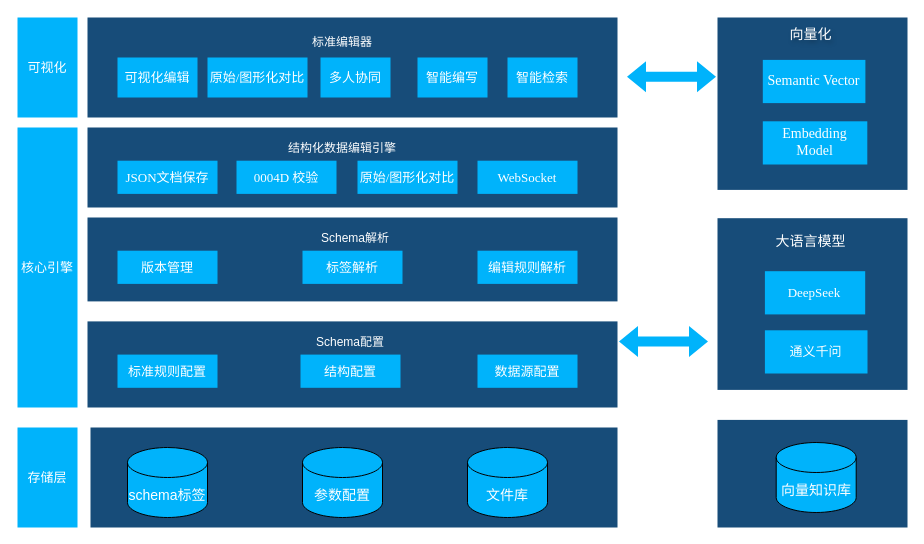
Before: 标准化/编辑器技术架构图.drawio in DemonHan/KuickBuy, a draw.io diagram. Source tidied: cells renumbered, new cells numbered last; positions are measured from the earlier drawing's top-left corner, leaving out a move shared by most shapes. Both pictures are drawn from the tidied source at 100%, with x=0, y=0 at pixel (17, 17).
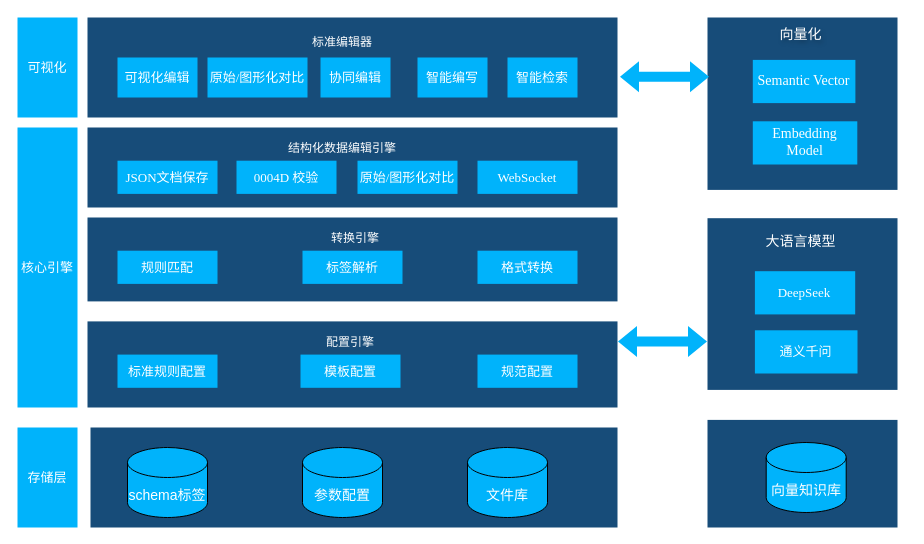
Above is the later version.

Commit message:
更新编辑器技术架构图.drawio

Change to the diagram source:
```diff
@@
-    <mxCell id="7" value="&lt;font color=&quot;#ffffff&quot;&gt;&lt;span style=&quot;font-size: 13px;&quot;&gt;多人协同&lt;/span&gt;&lt;/font&gt;" style="rounded=0;whiteSpace=wrap;html=1;fillColor=light-dark(#00b3fb, #1e4a76);strokeColor=none;fontFamily=Times New Roman;" parent="1" vertex="1">
+    <mxCell id="7" value="&lt;font color=&quot;#ffffff&quot;&gt;&lt;span style=&quot;font-size: 13px;&quot;&gt;协同编辑&lt;/span&gt;&lt;/font&gt;" style="rounded=0;whiteSpace=wrap;html=1;fillColor=light-dark(#00b3fb, #1e4a76);strokeColor=none;fontFamily=Times New Roman;" parent="1" vertex="1">
       <mxGeometry x="303" y="40" width="70" height="40" as="geometry" />
     </mxCell>
@@
-    <mxCell id="16" value="Schema解析" style="text;html=1;align=center;verticalAlign=middle;whiteSpace=wrap;rounded=0;fontColor=light-dark(#ffffff, #ededed);" parent="1" vertex="1">
+    <mxCell id="16" value="转换引擎" style="text;html=1;align=center;verticalAlign=middle;whiteSpace=wrap;rounded=0;fontColor=light-dark(#ffffff, #ededed);" parent="1" vertex="1">
       <mxGeometry x="280" y="208.3" width="116" height="24.9" as="geometry" />
     </mxCell>
-    <mxCell id="17" value="&lt;font color=&quot;#ffffff&quot;&gt;&lt;span style=&quot;font-size: 13px;&quot;&gt;版本管理&lt;/span&gt;&lt;/font&gt;" style="rounded=0;whiteSpace=wrap;html=1;fillColor=light-dark(#00b3fb, #1e4a76);strokeColor=none;fontFamily=Times New Roman;" parent="1" vertex="1">
+    <mxCell id="17" value="&lt;font color=&quot;#ffffff&quot;&gt;&lt;span style=&quot;font-size: 13px;&quot;&gt;规则匹配&lt;/span&gt;&lt;/font&gt;" style="rounded=0;whiteSpace=wrap;html=1;fillColor=light-dark(#00b3fb, #1e4a76);strokeColor=none;fontFamily=Times New Roman;" parent="1" vertex="1">
       <mxGeometry x="100" y="233.2" width="100" height="33.2" as="geometry" />
     </mxCell>
@@
-    <mxCell id="19" value="&lt;font color=&quot;#ffffff&quot;&gt;&lt;span style=&quot;font-size: 13px;&quot;&gt;编辑规则解析&lt;/span&gt;&lt;/font&gt;" style="rounded=0;whiteSpace=wrap;html=1;fillColor=light-dark(#00b3fb, #1e4a76);strokeColor=none;fontFamily=Times New Roman;" parent="1" vertex="1">
+    <mxCell id="19" value="&lt;font color=&quot;#ffffff&quot;&gt;&lt;span style=&quot;font-size: 13px;&quot;&gt;格式转换&lt;/span&gt;&lt;/font&gt;" style="rounded=0;whiteSpace=wrap;html=1;fillColor=light-dark(#00b3fb, #1e4a76);strokeColor=none;fontFamily=Times New Roman;" parent="1" vertex="1">
       <mxGeometry x="460" y="233.2" width="100" height="33.2" as="geometry" />
     </mxCell>
@@
-    <mxCell id="21" value="Schema配置" style="text;html=1;align=center;verticalAlign=middle;whiteSpace=wrap;rounded=0;fontColor=light-dark(#ffffff, #ededed);" parent="1" vertex="1">
+    <mxCell id="21" value="配置引擎" style="text;html=1;align=center;verticalAlign=middle;whiteSpace=wrap;rounded=0;fontColor=light-dark(#ffffff, #ededed);" parent="1" vertex="1">
       <mxGeometry x="275" y="312.2" width="116" height="24.9" as="geometry" />
     </mxCell>
@@
-    <mxCell id="23" value="&lt;font color=&quot;#ffffff&quot;&gt;&lt;span style=&quot;font-size: 13px;&quot;&gt;结构配置&lt;/span&gt;&lt;/font&gt;" style="rounded=0;whiteSpace=wrap;html=1;fillColor=light-dark(#00b3fb, #1e4a76);strokeColor=none;fontFamily=Times New Roman;" parent="1" vertex="1">
+    <mxCell id="23" value="&lt;font color=&quot;#ffffff&quot;&gt;&lt;span style=&quot;font-size: 13px;&quot;&gt;模板配置&lt;/span&gt;&lt;/font&gt;" style="rounded=0;whiteSpace=wrap;html=1;fillColor=light-dark(#00b3fb, #1e4a76);strokeColor=none;fontFamily=Times New Roman;" parent="1" vertex="1">
       <mxGeometry x="283" y="337.1" width="100" height="33.2" as="geometry" />
     </mxCell>
-    <mxCell id="24" value="&lt;font color=&quot;#ffffff&quot;&gt;&lt;span style=&quot;font-size: 13px;&quot;&gt;数据源配置&lt;/span&gt;&lt;/font&gt;" style="rounded=0;whiteSpace=wrap;html=1;fillColor=light-dark(#00b3fb, #1e4a76);strokeColor=none;fontFamily=Times New Roman;" parent="1" vertex="1">
+    <mxCell id="24" value="&lt;font color=&quot;#ffffff&quot;&gt;&lt;span style=&quot;font-size: 13px;&quot;&gt;规范配置&lt;/span&gt;&lt;/font&gt;" style="rounded=0;whiteSpace=wrap;html=1;fillColor=light-dark(#00b3fb, #1e4a76);strokeColor=none;fontFamily=Times New Roman;" parent="1" vertex="1">
       <mxGeometry x="460" y="337.1" width="100" height="33.2" as="geometry" />
     </mxCell>
@@
     <mxCell id="32" style="rounded=0;whiteSpace=wrap;html=1;fillColor=light-dark(#174c79, #6894c8);strokeColor=none;fontFamily=Times New Roman;" parent="1" vertex="1">
-      <mxGeometry x="700" width="190" height="172.4" as="geometry" />
+      <mxGeometry x="690" width="190" height="172.4" as="geometry" />
     </mxCell>
     <mxCell id="33" style="rounded=0;whiteSpace=wrap;html=1;fillColor=light-dark(#174c79, #6894c8);strokeColor=none;fontFamily=Times New Roman;" parent="1" vertex="1">
-      <mxGeometry x="700" y="200.7" width="190" height="171.7" as="geometry" />
+      <mxGeometry x="690" y="200.7" width="190" height="171.7" as="geometry" />
     </mxCell>
     <mxCell id="34" value="&lt;font color=&quot;#ffffff&quot;&gt;&lt;span style=&quot;font-size: 13px;&quot;&gt;DeepSeek&lt;/span&gt;&lt;/font&gt;" style="rounded=0;whiteSpace=wrap;html=1;fillColor=light-dark(#00b3fb, #1e4a76);strokeColor=none;fontFamily=Times New Roman;" parent="1" vertex="1">
-      <mxGeometry x="747.4" y="253.7" width="100.3" height="43.2" as="geometry" />
+      <mxGeometry x="737.4" y="253.7" width="100.3" height="43.2" as="geometry" />
     </mxCell>
     <mxCell id="35" value="大语言模型" style="text;html=1;align=center;verticalAlign=middle;whiteSpace=wrap;rounded=0;fontColor=light-dark(#ffffff, #ededed);fontSize=14;" parent="1" vertex="1">
-      <mxGeometry x="743.2" y="211.7" width="101" height="24.9" as="geometry" />
+      <mxGeometry x="733.2" y="211.7" width="101" height="24.9" as="geometry" />
     </mxCell>
     <mxCell id="36" value="&lt;font color=&quot;#ffffff&quot;&gt;&lt;span style=&quot;font-size: 13px;&quot;&gt;通义千问&lt;/span&gt;&lt;/font&gt;" style="rounded=0;whiteSpace=wrap;html=1;fillColor=light-dark(#00b3fb, #1e4a76);strokeColor=none;fontFamily=Times New Roman;" parent="1" vertex="1">
-      <mxGeometry x="747.4" y="312.8" width="102.6" height="43.2" as="geometry" />
+      <mxGeometry x="737.4" y="312.8" width="102.6" height="43.2" as="geometry" />
     </mxCell>
     <mxCell id="37" value="向量化" style="text;html=1;align=center;verticalAlign=middle;whiteSpace=wrap;rounded=0;fontColor=light-dark(#ffffff, #ededed);fontSize=14;textShadow=1;" parent="1" vertex="1">
-      <mxGeometry x="743.2" y="4.9" width="101" height="24.9" as="geometry" />
+      <mxGeometry x="733.2" y="4.9" width="101" height="24.9" as="geometry" />
     </mxCell>
     <mxCell id="38" value="&lt;font color=&quot;#ffffff&quot;&gt;&lt;span&gt;Semantic Vector&lt;/span&gt;&lt;/font&gt;" style="rounded=0;whiteSpace=wrap;html=1;fillColor=light-dark(#00b3fb, #1e4a76);strokeColor=none;fontFamily=Times New Roman;fontSize=14;" parent="1" vertex="1">
-      <mxGeometry x="745.3" y="42.4" width="102.6" height="43.2" as="geometry" />
+      <mxGeometry x="735.3" y="42.4" width="102.6" height="43.2" as="geometry" />
     </mxCell>
     <mxCell id="39" value="&lt;font color=&quot;#ffffff&quot;&gt;&lt;span&gt;Embedding Model&lt;/span&gt;&lt;/font&gt;" style="rounded=0;whiteSpace=wrap;html=1;fillColor=light-dark(#00b3fb, #1e4a76);strokeColor=none;fontFamily=Times New Roman;fontSize=14;" parent="1" vertex="1">
-      <mxGeometry x="745.3" y="103.8" width="104.5" height="43.2" as="geometry" />
+      <mxGeometry x="735.3" y="103.8" width="104.5" height="43.2" as="geometry" />
     </mxCell>
     <mxCell id="40" style="rounded=0;whiteSpace=wrap;html=1;fillColor=light-dark(#174c79, #6894c8);strokeColor=none;fontFamily=Times New Roman;" parent="1" vertex="1">
-      <mxGeometry x="700" y="402.4" width="190" height="107.6" as="geometry" />
+      <mxGeometry x="690" y="402.4" width="190" height="107.6" as="geometry" />
     </mxCell>
     <mxCell id="41" value="向量知识库" style="shape=cylinder3;whiteSpace=wrap;html=1;boundedLbl=1;backgroundOutline=1;size=15;fillColor=light-dark(#00b3fb, #ededed);fontColor=light-dark(#ffffff, #ededed);fontSize=14;" parent="1" vertex="1">
-      <mxGeometry x="758.7" y="425" width="80" height="70" as="geometry" />
+      <mxGeometry x="748.7" y="425" width="80" height="70" as="geometry" />
     </mxCell>
     <mxCell id="42" style="shape=flexArrow;endArrow=classic;startArrow=classic;html=1;rounded=0;fontColor=light-dark(#00b3fb, #ededed);labelBackgroundColor=light-dark(#00b3fb, #ededed);fillColor=light-dark(#00b3fb, #ededed);strokeColor=none;" parent="1" edge="1">
       <mxGeometry relative="1" as="geometry">
-        <mxPoint x="601" y="323.9" as="sourcePoint" />
-        <mxPoint x="691" y="323.9" as="targetPoint" />
+        <mxPoint x="600" y="323.9" as="sourcePoint" />
+        <mxPoint x="690" y="323.9" as="targetPoint" />
       </mxGeometry>
     </mxCell>
     <mxCell id="43" style="shape=flexArrow;endArrow=classic;startArrow=classic;html=1;rounded=0;fontColor=light-dark(#00b3fb, #ededed);labelBackgroundColor=light-dark(#00b3fb, #ededed);fillColor=light-dark(#00b3fb, #ededed);strokeColor=none;" parent="1" edge="1">
       <mxGeometry relative="1" as="geometry">
-        <mxPoint x="609" y="59.3" as="sourcePoint" />
-        <mxPoint x="699" y="59.3" as="targetPoint" />
+        <mxPoint x="602" y="59.3" as="sourcePoint" />
+        <mxPoint x="692" y="59.3" as="targetPoint" />
       </mxGeometry>
     </mxCell>
```
